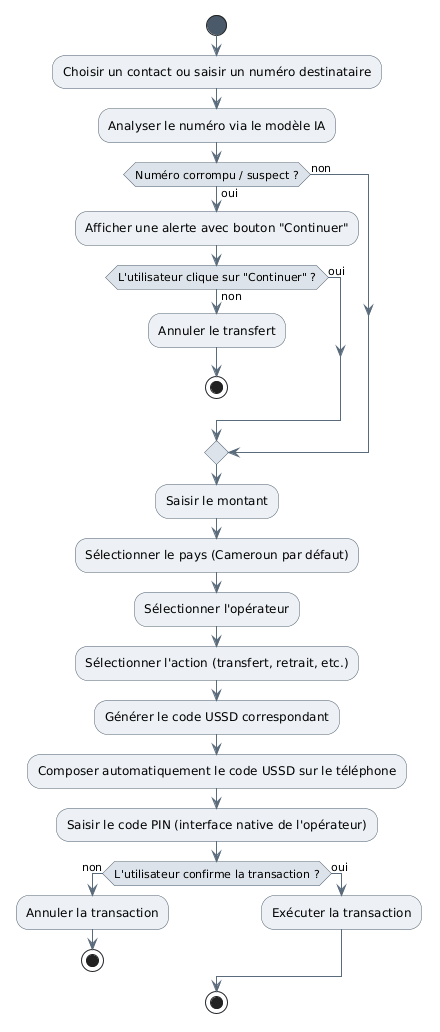
Before: Diagrammes/Diagrammes d'Activités/Processus de transfert d'argent protégé.png, a diagram exported from PlantUML (kwismo-support/Kwismo). The source it was exported from:
```plantuml
@startuml
skinparam backgroundColor #FFFFFF
skinparam shadowing false
skinparam defaultFontName Arial
skinparam ActivityBackgroundColor #EDF1F5
skinparam ActivityBorderColor #4A5A6A
skinparam ActivityDiamondBackgroundColor #DCE3EA
skinparam ActivityDiamondBorderColor #4A5A6A
skinparam ArrowColor #5A6B7B
skinparam ActivityStartColor #4A5A6A
skinparam ActivityEndColor #4A5A6A

start
:Choisir un contact ou saisir un numéro destinataire;
:Analyser le numéro via le modèle IA;
if (Numéro corrompu / suspect ?) then (oui)
  :Afficher une alerte avec bouton "Continuer";
  if (L'utilisateur clique sur "Continuer" ?) then (non)
    :Annuler le transfert;
    stop
  else (oui)
  endif
else (non)
endif
:Saisir le montant;
:Sélectionner le pays (Cameroun par défaut);
:Sélectionner l'opérateur;
:Sélectionner l'action (transfert, retrait, etc.);
:Générer le code USSD correspondant;
:Composer automatiquement le code USSD sur le téléphone;
:Saisir le code PIN (interface native de l'opérateur);
if (L'utilisateur confirme la transaction ?) then (non)
  :Annuler la transaction;
  stop
else (oui)
  :Exécuter la transaction;
endif
stop
@enduml
```
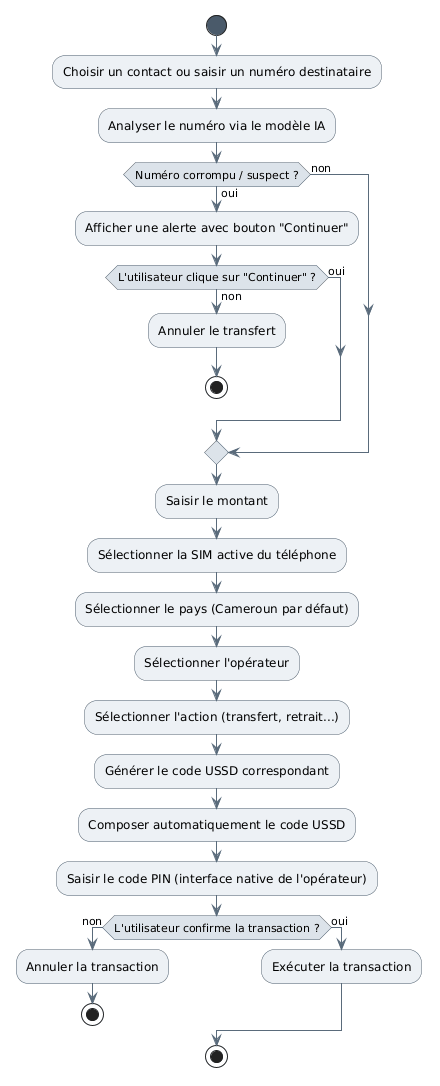
Later version of the same file.

Diff of the diagram source:
```diff
@@ -23,11 +23,12 @@
 else (non)
 endif
 :Saisir le montant;
+:Sélectionner la SIM active du téléphone;
 :Sélectionner le pays (Cameroun par défaut);
 :Sélectionner l'opérateur;
-:Sélectionner l'action (transfert, retrait, etc.);
+:Sélectionner l'action (transfert, retrait...);
 :Générer le code USSD correspondant;
-:Composer automatiquement le code USSD sur le téléphone;
+:Composer automatiquement le code USSD;
 :Saisir le code PIN (interface native de l'opérateur);
 if (L'utilisateur confirme la transaction ?) then (non)
   :Annuler la transaction;
```
